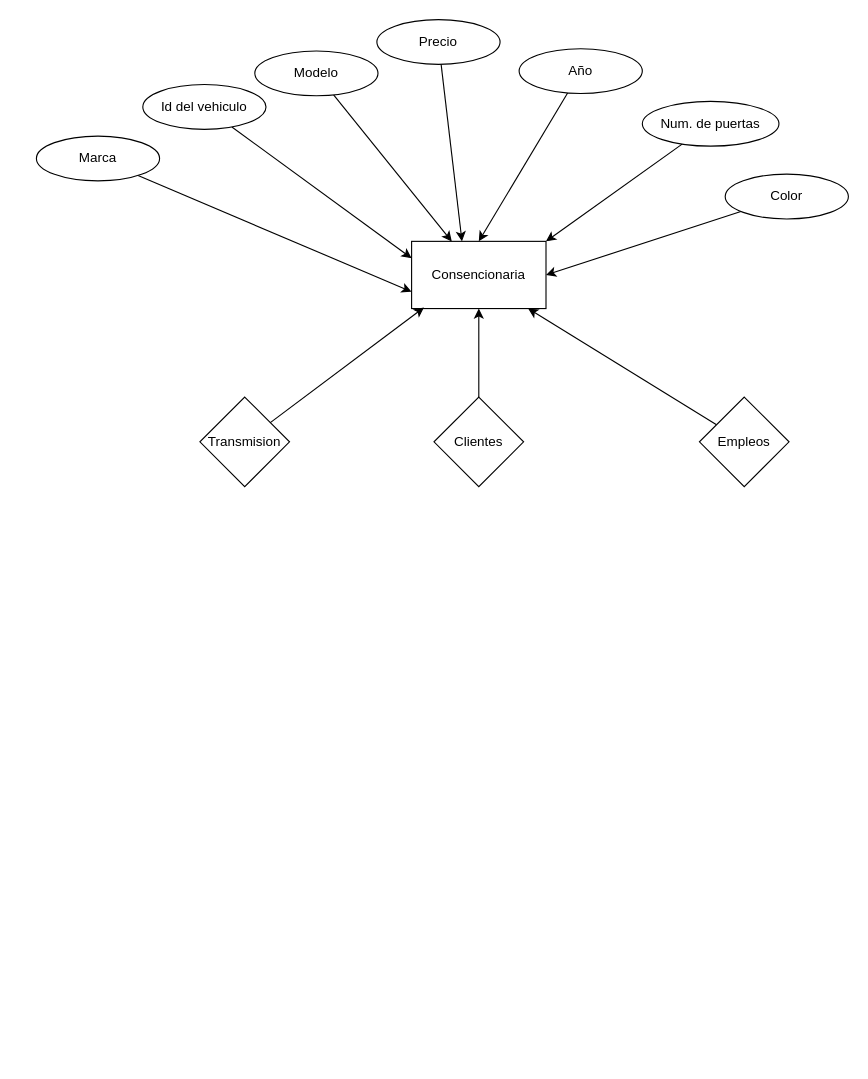
Before: page "Página-1" (1 of 2) of diagrama/consencionaria.drawio in GerardoNR/fbd-gerardo-reyes, a draw.io diagram. Source tidied: cells renumbered, new cells numbered last; positions are measured from the earlier drawing's top-left corner, leaving out a move shared by most shapes. Both pictures are drawn from the tidied source at 112%, with x=0, y=0 at pixel (36, 19).
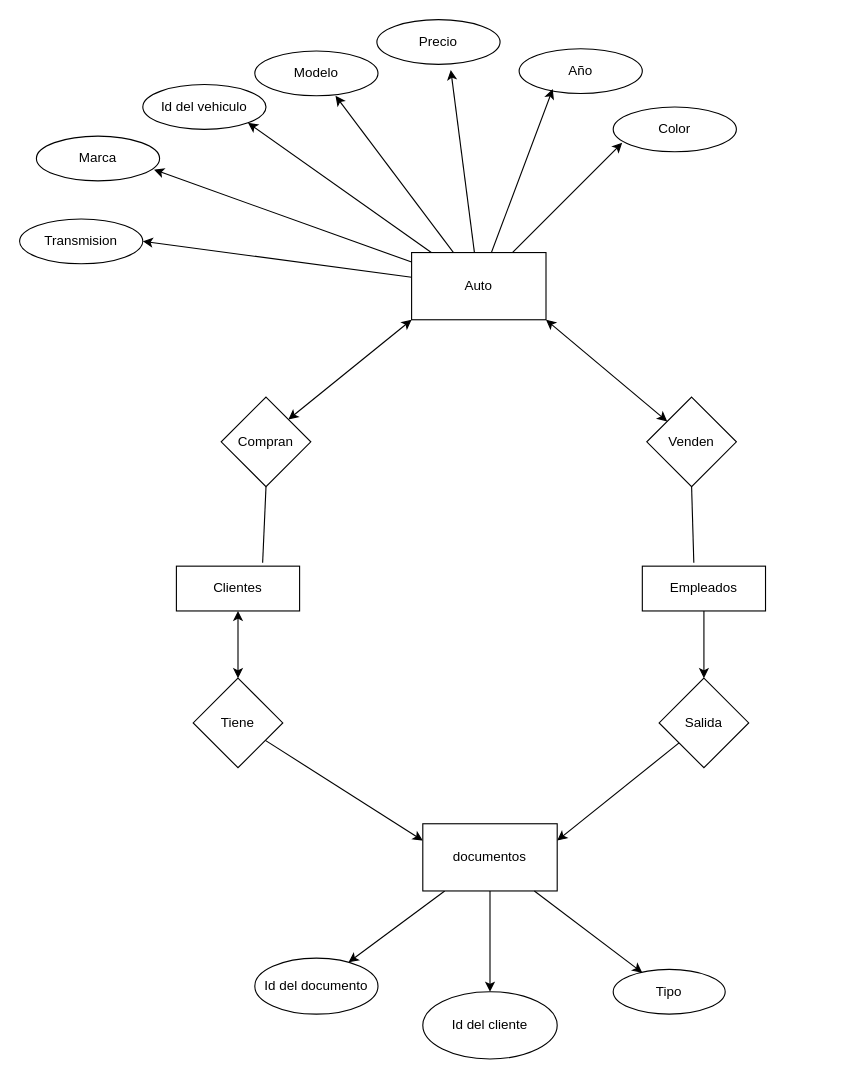
The same page after the edit.

Unchanged cells that the change refers to:
```xml
<mxCell id="4" value="Marca" style="ellipse;whiteSpace=wrap;html=1;" parent="1" vertex="1">
  <mxGeometry y="104" width="110" height="40" as="geometry" />
</mxCell>
<mxCell id="6" value="Año" style="ellipse;whiteSpace=wrap;html=1;" parent="1" vertex="1">
  <mxGeometry x="431" y="26" width="110" height="40" as="geometry" />
</mxCell>
<mxCell id="8" value="Id del vehiculo" style="ellipse;whiteSpace=wrap;html=1;" parent="1" vertex="1">
  <mxGeometry x="95" y="58" width="110" height="40" as="geometry" />
</mxCell>
<mxCell id="10" value="Modelo" style="ellipse;whiteSpace=wrap;html=1;" parent="1" vertex="1">
  <mxGeometry x="195" y="28" width="110" height="40" as="geometry" />
</mxCell>
<mxCell id="11" value="Precio" style="ellipse;whiteSpace=wrap;html=1;" parent="1" vertex="1">
  <mxGeometry x="304" width="110" height="40" as="geometry" />
</mxCell>
```

What changed in the source:
```diff
@@
+    <mxCell id="23" style="edgeStyle=none;rounded=0;jettySize=auto;html=1;entryX=1;entryY=1;entryDx=0;entryDy=0;" parent="1" edge="1" source="2" target="8">
+      <mxGeometry relative="1" as="geometry" />
+    </mxCell>
+    <mxCell id="24" style="edgeStyle=none;rounded=0;jettySize=auto;html=1;entryX=1;entryY=0.5;entryDx=0;entryDy=0;" parent="1" edge="1" source="2" target="17">
+      <mxGeometry relative="1" as="geometry" />
+    </mxCell>
-    <mxCell id="2" value="Consencionaria" style="rounded=0;whiteSpace=wrap;html=1;" parent="1" vertex="1">
-      <mxGeometry x="335" y="198" width="120" height="60" as="geometry" />
+    <mxCell id="2" value="Auto" style="rounded=0;whiteSpace=wrap;html=1;" parent="1" vertex="1">
+      <mxGeometry x="335" y="208" width="120" height="60" as="geometry" />
     </mxCell>
-    <mxCell id="3" style="rounded=0;jettySize=auto;html=1;entryX=0;entryY=0.75;entryDx=0;entryDy=0;" parent="1" edge="1" source="4" target="2">
-      <mxGeometry relative="1" as="geometry" />
-    </mxCell>
@@
-    <mxCell id="5" style="rounded=0;jettySize=auto;html=1;entryX=0.5;entryY=0;entryDx=0;entryDy=0;" parent="1" edge="1" source="6" target="2">
-      <mxGeometry relative="1" as="geometry" />
-    </mxCell>
@@
-    <mxCell id="7" style="rounded=0;jettySize=auto;html=1;entryX=0;entryY=0.25;entryDx=0;entryDy=0;" parent="1" edge="1" source="8" target="2">
-      <mxGeometry relative="1" as="geometry" />
-    </mxCell>
@@
-    <mxCell id="9" style="rounded=0;jettySize=auto;html=1;" parent="1" edge="1" source="10" target="2">
-      <mxGeometry relative="1" as="geometry" />
-    </mxCell>
@@
-    <mxCell id="12" style="rounded=0;jettySize=auto;html=1;entryX=1;entryY=0.5;entryDx=0;entryDy=0;" parent="1" edge="1" source="13" target="2">
-      <mxGeometry relative="1" as="geometry" />
-    </mxCell>
     <mxCell id="13" value="Color" style="ellipse;whiteSpace=wrap;html=1;" parent="1" vertex="1">
-      <mxGeometry x="615" y="138" width="110" height="40" as="geometry" />
+      <mxGeometry x="515" y="78" width="110" height="40" as="geometry" />
     </mxCell>
-    <mxCell id="14" style="rounded=0;jettySize=auto;html=1;entryX=0.375;entryY=0;entryDx=0;entryDy=0;entryPerimeter=0;" parent="1" edge="1" source="11" target="2">
-      <mxGeometry relative="1" as="geometry" />
-    </mxCell>
-    <mxCell id="15" style="rounded=0;jettySize=auto;html=1;entryX=1;entryY=0;entryDx=0;entryDy=0;" parent="1" edge="1" source="16" target="2">
-      <mxGeometry relative="1" as="geometry" />
-    </mxCell>
-    <mxCell id="16" value="Num. de puertas" style="ellipse;whiteSpace=wrap;html=1;" parent="1" vertex="1">
-      <mxGeometry x="541" y="73" width="122" height="40" as="geometry" />
-    </mxCell>
+    <mxCell id="19" value="Compran" style="rhombus;whiteSpace=wrap;html=1;" parent="1" vertex="1">
+      <mxGeometry x="165" y="337" width="80" height="80" as="geometry" />
+    </mxCell>
+    <mxCell id="21" value="Venden" style="rhombus;whiteSpace=wrap;html=1;" parent="1" vertex="1">
+      <mxGeometry x="545" y="337" width="80" height="80" as="geometry" />
+    </mxCell>
+    <mxCell id="25" style="rounded=0;jettySize=auto;html=1;entryX=0.073;entryY=0.8;entryDx=0;entryDy=0;entryPerimeter=0;" parent="1" edge="1" source="2" target="13">
+      <mxGeometry relative="1" as="geometry" />
+    </mxCell>
+    <mxCell id="26" style="edgeStyle=none;rounded=0;jettySize=auto;html=1;entryX=0.273;entryY=0.9;entryDx=0;entryDy=0;entryPerimeter=0;" parent="1" edge="1" source="2" target="6">
+      <mxGeometry relative="1" as="geometry" />
+    </mxCell>
+    <mxCell id="27" style="edgeStyle=none;rounded=0;jettySize=auto;html=1;entryX=0.6;entryY=1.125;entryDx=0;entryDy=0;entryPerimeter=0;" parent="1" edge="1" source="2" target="11">
+      <mxGeometry relative="1" as="geometry" />
+    </mxCell>
+    <mxCell id="28" style="edgeStyle=none;rounded=0;jettySize=auto;html=1;entryX=0.655;entryY=1;entryDx=0;entryDy=0;entryPerimeter=0;" parent="1" edge="1" source="2" target="10">
+      <mxGeometry relative="1" as="geometry" />
+    </mxCell>
+    <mxCell id="29" style="edgeStyle=none;rounded=0;jettySize=auto;html=1;entryX=0.955;entryY=0.75;entryDx=0;entryDy=0;entryPerimeter=0;" parent="1" edge="1" source="2" target="4">
+      <mxGeometry relative="1" as="geometry" />
+    </mxCell>
-    <mxCell id="17" value="Transmision" style="rhombus;whiteSpace=wrap;html=1;" parent="1" vertex="1">
-      <mxGeometry x="146" y="337" width="80" height="80" as="geometry" />
+    <mxCell id="17" value="Transmision" style="ellipse;whiteSpace=wrap;html=1;" parent="1" vertex="1">
+      <mxGeometry x="-15" y="178" width="110" height="40" as="geometry" />
     </mxCell>
-    <mxCell id="18" style="edgeStyle=none;rounded=0;jettySize=auto;html=1;" parent="1" edge="1" source="19" target="2">
+    <mxCell id="18" style="endArrow=classic;startArrow=classic;html=1;rounded=0;entryX=0;entryY=1;entryDx=0;entryDy=0;exitX=1;exitY=0;exitDx=0;exitDy=0;" parent="1" edge="1" source="19" target="2">
       <mxGeometry relative="1" as="geometry" />
     </mxCell>
-    <mxCell id="19" value="Clientes" style="rhombus;whiteSpace=wrap;html=1;" parent="1" vertex="1">
-      <mxGeometry x="355" y="337" width="80" height="80" as="geometry" />
-    </mxCell>
-    <mxCell id="20" style="edgeStyle=none;rounded=0;jettySize=auto;html=1;entryX=0.867;entryY=1;entryDx=0;entryDy=0;entryPerimeter=0;" parent="1" edge="1" source="21" target="2">
+    <mxCell id="20" style="endArrow=classic;startArrow=classic;html=1;rounded=0;entryX=1;entryY=1;entryDx=0;entryDy=0;" parent="1" edge="1" source="21" target="2">
       <mxGeometry relative="1" as="geometry" />
     </mxCell>
-    <mxCell id="21" value="Empleos" style="rhombus;whiteSpace=wrap;html=1;" parent="1" vertex="1">
-      <mxGeometry x="592" y="337" width="80" height="80" as="geometry" />
-    </mxCell>
-    <mxCell id="22" style="edgeStyle=none;rounded=0;jettySize=auto;html=1;entryX=0.092;entryY=0.983;entryDx=0;entryDy=0;entryPerimeter=0;" parent="1" edge="1" source="17" target="2">
-      <mxGeometry relative="1" as="geometry" />
-    </mxCell>
+    <mxCell id="30" value="Clientes" style="rounded=0;whiteSpace=wrap;html=1;" parent="1" vertex="1">
+      <mxGeometry x="125" y="488" width="110" height="40" as="geometry" />
+    </mxCell>
+    <mxCell id="31" style="edgeStyle=none;rounded=0;jettySize=auto;html=1;" parent="1" edge="1" source="32" target="36">
+      <mxGeometry relative="1" as="geometry" />
+    </mxCell>
+    <mxCell id="32" value="Empleados" style="rounded=0;whiteSpace=wrap;html=1;" parent="1" vertex="1">
+      <mxGeometry x="541" y="488" width="110" height="40" as="geometry" />
+    </mxCell>
+    <mxCell id="33" style="edgeStyle=none;rounded=0;jettySize=auto;html=1;entryX=0;entryY=0.25;entryDx=0;entryDy=0;" parent="1" edge="1" source="34" target="39">
+      <mxGeometry relative="1" as="geometry" />
+    </mxCell>
+    <mxCell id="34" value="Tiene" style="rhombus;whiteSpace=wrap;html=1;" parent="1" vertex="1">
+      <mxGeometry x="140" y="588" width="80" height="80" as="geometry" />
+    </mxCell>
+    <mxCell id="35" style="edgeStyle=none;rounded=0;jettySize=auto;html=1;entryX=1;entryY=0.25;entryDx=0;entryDy=0;" parent="1" edge="1" source="36" target="39">
+      <mxGeometry relative="1" as="geometry" />
+    </mxCell>
+    <mxCell id="36" value="Salida" style="rhombus;whiteSpace=wrap;html=1;" parent="1" vertex="1">
+      <mxGeometry x="556" y="588" width="80" height="80" as="geometry" />
+    </mxCell>
+    <mxCell id="37" style="edgeStyle=none;rounded=0;jettySize=auto;html=1;" parent="1" edge="1" source="39" target="41">
+      <mxGeometry relative="1" as="geometry" />
+    </mxCell>
+    <mxCell id="38" style="edgeStyle=none;rounded=0;jettySize=auto;html=1;" parent="1" edge="1" source="39" target="40">
+      <mxGeometry relative="1" as="geometry" />
+    </mxCell>
+    <mxCell id="39" value="documentos" style="rounded=0;whiteSpace=wrap;html=1;" parent="1" vertex="1">
+      <mxGeometry x="345" y="718" width="120" height="60" as="geometry" />
+    </mxCell>
+    <mxCell id="40" value="Id del documento" style="ellipse;whiteSpace=wrap;html=1;" parent="1" vertex="1">
+      <mxGeometry x="195" y="838" width="110" height="50" as="geometry" />
+    </mxCell>
+    <mxCell id="41" value="Id del cliente" style="ellipse;whiteSpace=wrap;html=1;" parent="1" vertex="1">
+      <mxGeometry x="345" y="868" width="120" height="60" as="geometry" />
+    </mxCell>
+    <mxCell id="42" value="Tipo" style="ellipse;whiteSpace=wrap;html=1;" parent="1" vertex="1">
+      <mxGeometry x="515" y="848" width="100" height="40" as="geometry" />
+    </mxCell>
+    <mxCell id="43" style="edgeStyle=none;rounded=0;jettySize=auto;html=1;entryX=0.26;entryY=0.075;entryDx=0;entryDy=0;entryPerimeter=0;" parent="1" edge="1" source="39" target="42">
+      <mxGeometry relative="1" as="geometry" />
+    </mxCell>
+    <mxCell id="44" style="endArrow=classic;startArrow=classic;html=1;rounded=0;entryX=0.5;entryY=1;entryDx=0;entryDy=0;exitX=0.5;exitY=0;exitDx=0;exitDy=0;" parent="1" edge="1" source="34" target="30">
+      <mxGeometry relative="1" as="geometry" />
+    </mxCell>
+    <mxCell id="45" style="endArrow=none;html=1;rounded=0;entryX=0.5;entryY=1;entryDx=0;entryDy=0;exitX=0.418;exitY=-0.075;exitDx=0;exitDy=0;exitPerimeter=0;" parent="1" edge="1" source="32" target="21">
+      <mxGeometry relative="1" as="geometry" />
+    </mxCell>
+    <mxCell id="46" style="endArrow=none;html=1;rounded=0;entryX=0.5;entryY=1;entryDx=0;entryDy=0;exitX=0.7;exitY=-0.075;exitDx=0;exitDy=0;exitPerimeter=0;" parent="1" edge="1" source="30" target="19">
+      <mxGeometry relative="1" as="geometry" />
+    </mxCell>
```
